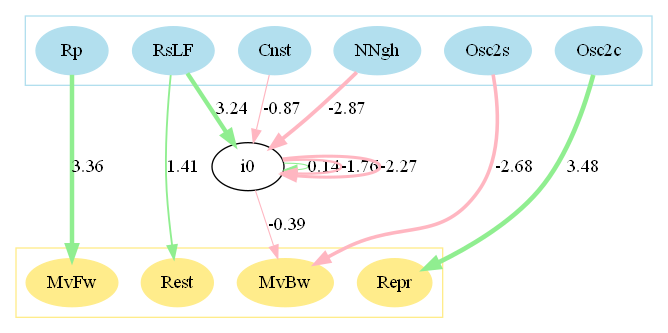
This is reflex.tmp.gv.png from rlsn/genetic-CA, a Graphviz export, as it was before one commit. Its source is kept beside it as reflex.tmp.gv.
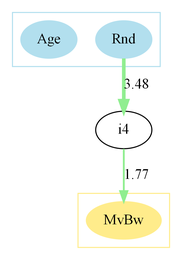
The same diagram one commit later.

What changed in the source:
```diff
@@ -1,31 +1,16 @@
 digraph "reflex.tmp" {
+	graph [dpi=300 size="1000,768"]
 	subgraph cluster_0 {
 		node [color=lightblue2 style=filled]
 		color=lightblue2
-		RsLF
-		Rp
-		Cnst
-		Osc2s
-		NNgh
-		Osc2c
+		Rnd
+		Age
 	}
 	subgraph cluster_1 {
 		node [color=lightgoldenrod1 style=filled]
 		color=lightgoldenrod1
-		Rest
-		MvFw
 		MvBw
-		Repr
 	}
-	RsLF -> Rest [label=1.41 color=lightgreen penwidth=1.4075927734375]
-	Rp -> MvFw [label=3.36 color=lightgreen penwidth=3.357421875]
-	Osc2s -> MvBw [label=-2.68 color=lightpink penwidth=2.6796875]
-	Osc2c -> Repr [label=3.48 color=lightgreen penwidth=3.4844970703125]
-	RsLF -> i0 [label=3.24 color=lightgreen penwidth=3.2430419921875]
-	Cnst -> i0 [label=-0.87 color=lightpink penwidth=0.86767578125]
-	NNgh -> i0 [label=-2.87 color=lightpink penwidth=2.8736572265625]
-	i0 -> i0 [label=0.14 color=lightgreen penwidth=0.8]
-	i0 -> i0 [label=-1.76 color=lightpink penwidth=1.7584228515625]
-	i0 -> i0 [label=-2.27 color=lightpink penwidth=2.270751953125]
-	i0 -> MvBw [label=-0.39 color=lightpink penwidth=0.8]
+	Rnd -> i4 [label=3.48 color=lightgreen penwidth=3.482421875]
+	i4 -> MvBw [label=1.77 color=lightgreen penwidth=1.7689208984375]
 }
```
